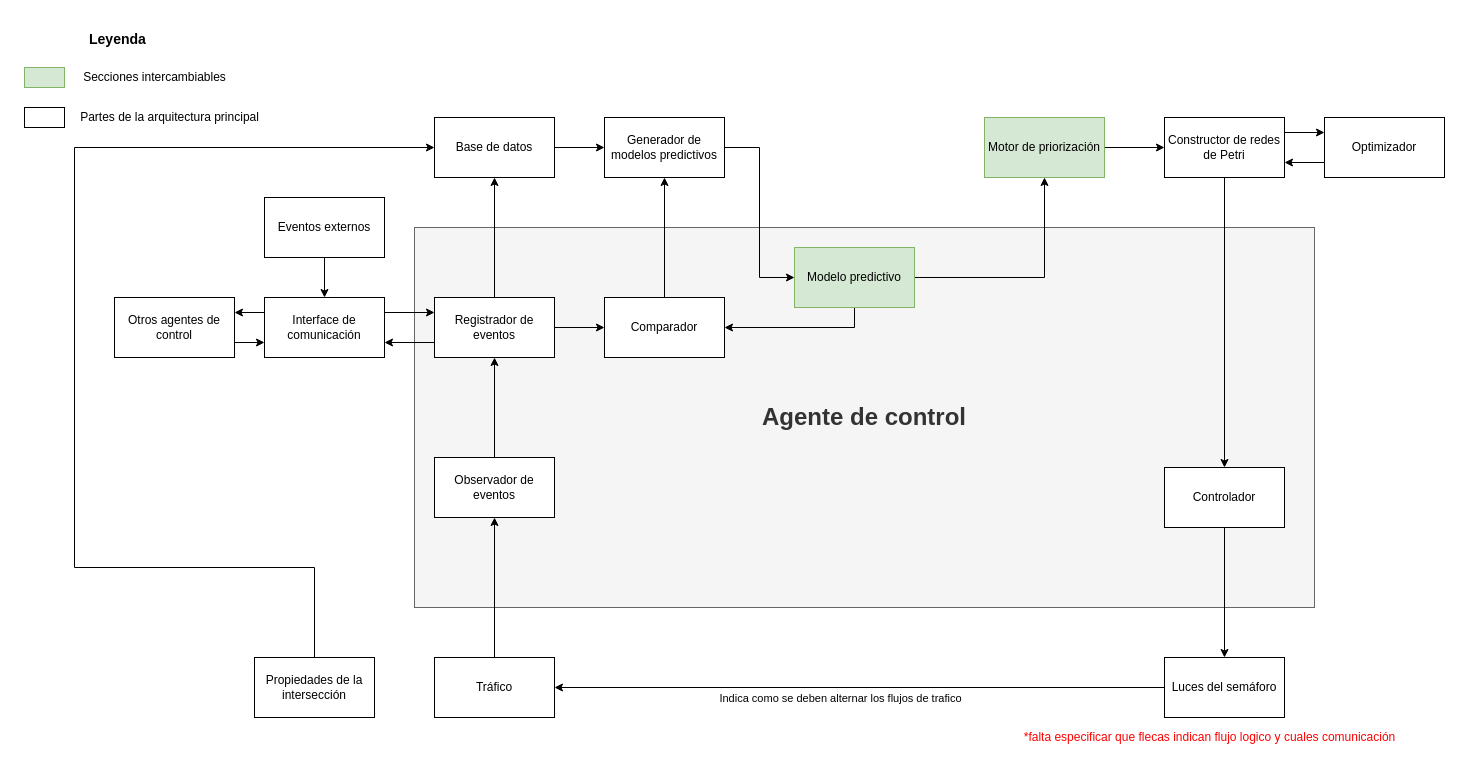
Above: Apuntes/arquitectura/Propuesta de arquitectura.drawio in gggiovanny/TesisSemaforosInteligentes (draw.io), before the change. Source tidied: cells renumbered, new cells numbered last; positions are measured from the earlier drawing's top-left corner, leaving out a move shared by most shapes. Both pictures are drawn from the tidied source at 100%, with x=0, y=0 at pixel (24, 27).
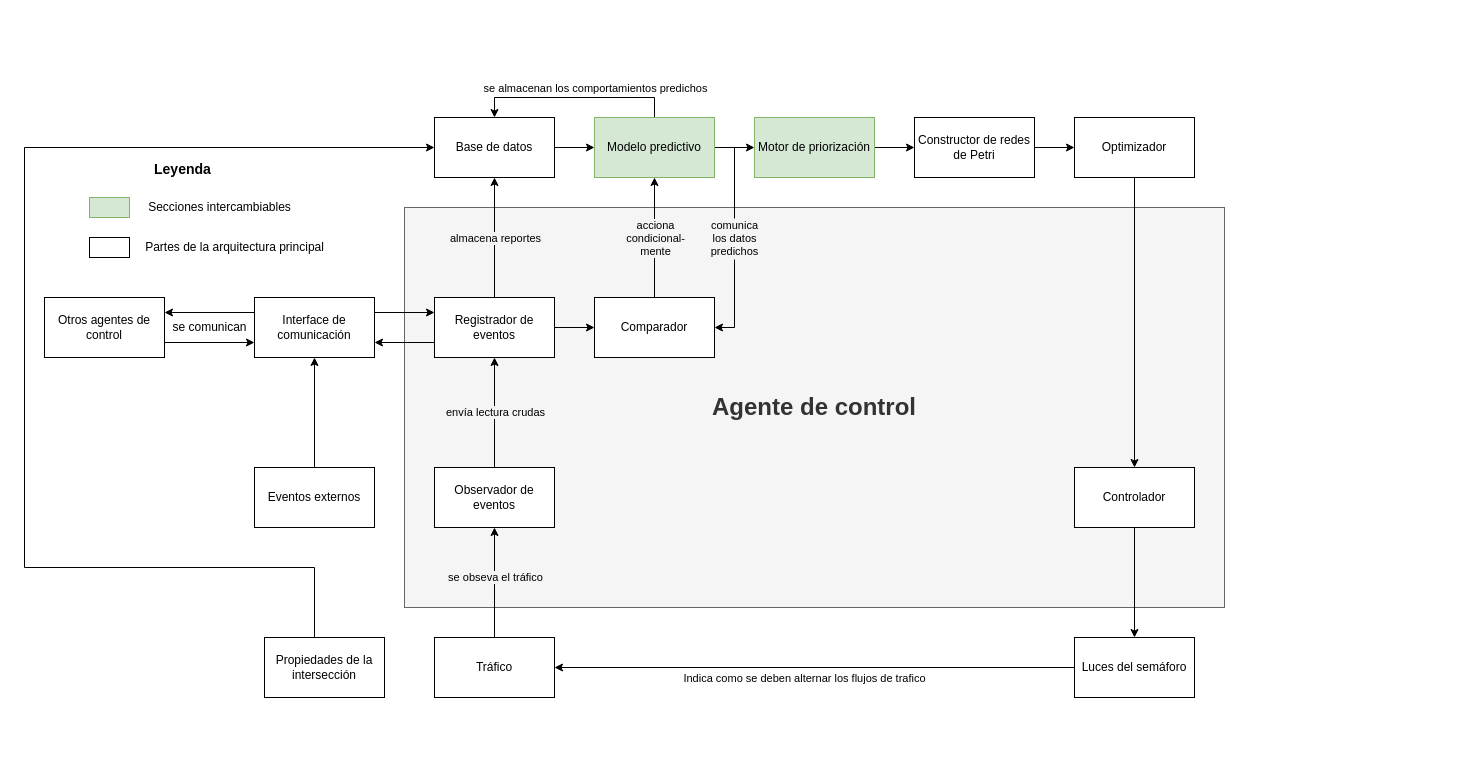
After the change.

Commit message (it also covers changes not shown here):
Terminada esta version de la propuesta de la arquitectura y continuada la documentación de su descripción.

The change refers to these unchanged cells:
```xml
<mxCell id="11" value="Registrador de eventos" style="whiteSpace=wrap;html=1;" parent="1" vertex="1">
  <mxGeometry x="410" y="270" width="120" height="60" as="geometry" />
</mxCell>
<mxCell id="36" style="edgeStyle=orthogonalEdgeStyle;rounded=0;jettySize=auto;html=1;exitX=0.5;exitY=0;exitDx=0;exitDy=0;entryX=0.5;entryY=1;entryDx=0;entryDy=0;" parent="1" edge="1" source="37" target="11">
  <mxGeometry relative="1" as="geometry" />
</mxCell>
<mxCell id="40" style="edgeStyle=orthogonalEdgeStyle;rounded=0;jettySize=auto;html=1;exitX=0.5;exitY=0;exitDx=0;exitDy=0;entryX=0.5;entryY=1;entryDx=0;entryDy=0;" parent="1" edge="1" source="41" target="45">
  <mxGeometry relative="1" as="geometry" />
</mxCell>
<mxCell id="43" value="Base de datos" style="whiteSpace=wrap;html=1;" parent="1" vertex="1">
  <mxGeometry x="410" y="90" width="120" height="60" as="geometry" />
</mxCell>
```

The edit, as a diff of the source:
```diff
@@
     <mxCell id="2" value="&lt;h1&gt;Agente de control&lt;/h1&gt;" style="whiteSpace=wrap;html=1;fillColor=#f5f5f5;strokeColor=#666666;fontColor=#333333;spacingBottom=0;" parent="1" vertex="1">
-      <mxGeometry x="390" y="200" width="900" height="380" as="geometry" />
+      <mxGeometry x="380" y="180" width="820" height="400" as="geometry" />
     </mxCell>
-    <mxCell id="3" style="edgeStyle=orthogonalEdgeStyle;rounded=0;jettySize=auto;html=1;exitX=0.5;exitY=0;exitDx=0;exitDy=0;entryX=0.5;entryY=1;entryDx=0;entryDy=0;" parent="1" edge="1" source="4" target="37">
+    <mxCell id="3" style="edgeStyle=orthogonalEdgeStyle;rounded=0;jettySize=auto;html=1;exitX=0.5;exitY=0;exitDx=0;exitDy=0;entryX=0.5;entryY=1;entryDx=0;entryDy=0;labelBackgroundColor=#F5F5F5;" parent="1" edge="1" source="4" target="37">
       <mxGeometry relative="1" as="geometry" />
     </mxCell>
+    <mxCell id="47" value="se obseva el tráfico" style="edgeLabel;html=1;align=center;verticalAlign=middle;labelBackgroundColor=#F5F5F5;" parent="3" vertex="1">
+      <mxGeometry x="0.24" y="-4" relative="1" as="geometry">
+        <mxPoint x="-4" y="7" as="offset" />
+      </mxGeometry>
+    </mxCell>
     <mxCell id="4" value="Tráfico" style="rounded=0;whiteSpace=wrap;html=1;" parent="1" vertex="1">
-      <mxGeometry x="410" y="630" width="120" height="60" as="geometry" />
+      <mxGeometry x="410" y="610" width="120" height="60" as="geometry" />
     </mxCell>
@@
     <mxCell id="7" value="Luces del semáforo" style="whiteSpace=wrap;html=1;" parent="1" vertex="1">
-      <mxGeometry x="1140" y="630" width="120" height="60" as="geometry" />
+      <mxGeometry x="1050" y="610" width="120" height="60" as="geometry" />
     </mxCell>
@@
-    <mxCell id="9" style="edgeStyle=orthogonalEdgeStyle;rounded=0;jettySize=auto;html=1;exitX=0.5;exitY=0;exitDx=0;exitDy=0;" parent="1" edge="1" source="11" target="43">
+    <mxCell id="9" style="edgeStyle=orthogonalEdgeStyle;rounded=0;jettySize=auto;html=1;exitX=0.5;exitY=0;exitDx=0;exitDy=0;labelBackgroundColor=#F5F5F5;" parent="1" edge="1" source="11" target="43">
       <mxGeometry relative="1" as="geometry" />
     </mxCell>
+    <mxCell id="48" value="almacena reportes" style="edgeLabel;html=1;align=center;verticalAlign=middle;labelBackgroundColor=#F5F5F5;" parent="9" vertex="1">
+      <mxGeometry x="-0.33" y="-1" relative="1" as="geometry">
+        <mxPoint x="-1" y="-20" as="offset" />
+      </mxGeometry>
+    </mxCell>
@@
     <mxCell id="14" value="Interface de comunicación" style="whiteSpace=wrap;html=1;" parent="1" vertex="1">
-      <mxGeometry x="240" y="270" width="120" height="60" as="geometry" />
+      <mxGeometry x="230" y="270" width="120" height="60" as="geometry" />
     </mxCell>
-    <mxCell id="15" style="edgeStyle=orthogonalEdgeStyle;rounded=0;jettySize=auto;html=1;" parent="1" edge="1" source="17" target="19">
-      <mxGeometry relative="1" as="geometry" />
-    </mxCell>
-    <mxCell id="16" style="edgeStyle=orthogonalEdgeStyle;rounded=0;jettySize=auto;html=1;exitX=0.5;exitY=1;exitDx=0;exitDy=0;entryX=1;entryY=0.5;entryDx=0;entryDy=0;" parent="1" edge="1" source="17" target="41">
-      <mxGeometry relative="1" as="geometry" />
-    </mxCell>
-    <mxCell id="17" value="Modelo predictivo" style="whiteSpace=wrap;html=1;fillColor=#d5e8d4;strokeColor=#82b366;" parent="1" vertex="1">
-      <mxGeometry x="770" y="220" width="120" height="60" as="geometry" />
-    </mxCell>
+    <mxCell id="49" style="edgeStyle=orthogonalEdgeStyle;rounded=0;jettySize=auto;html=1;exitX=0.5;exitY=0;exitDx=0;exitDy=0;entryX=0.5;entryY=0;entryDx=0;entryDy=0;" parent="1" edge="1" source="45" target="43">
+      <mxGeometry relative="1" as="geometry" />
+    </mxCell>
+    <mxCell id="50" value="se almacenan los comportamientos predichos" style="edgeLabel;html=1;align=center;verticalAlign=middle;" parent="49" vertex="1">
+      <mxGeometry x="0.26" y="2" relative="1" as="geometry">
+        <mxPoint x="46" y="-12" as="offset" />
+      </mxGeometry>
+    </mxCell>
@@
     <mxCell id="19" value="Motor de priorización" style="whiteSpace=wrap;html=1;fillColor=#d5e8d4;strokeColor=#82b366;" parent="1" vertex="1">
-      <mxGeometry x="960" y="90" width="120" height="60" as="geometry" />
+      <mxGeometry x="730" y="90" width="120" height="60" as="geometry" />
     </mxCell>
+    <mxCell id="21" style="edgeStyle=orthogonalEdgeStyle;rounded=0;jettySize=auto;html=1;exitX=0.5;exitY=1;exitDx=0;exitDy=0;entryX=0.5;entryY=0;entryDx=0;entryDy=0;" parent="1" edge="1" source="24" target="26">
+      <mxGeometry relative="1" as="geometry" />
+    </mxCell>
-    <mxCell id="20" style="edgeStyle=orthogonalEdgeStyle;rounded=0;jettySize=auto;html=1;exitX=1;exitY=0.25;exitDx=0;exitDy=0;entryX=0;entryY=0.25;entryDx=0;entryDy=0;" parent="1" edge="1" source="22" target="24">
+    <mxCell id="20" style="edgeStyle=orthogonalEdgeStyle;rounded=0;jettySize=auto;html=1;exitX=1;exitY=0.5;exitDx=0;exitDy=0;entryX=0;entryY=0.5;entryDx=0;entryDy=0;fontColor=#F5F5F5;" parent="1" edge="1" source="22" target="24">
       <mxGeometry relative="1" as="geometry" />
     </mxCell>
-    <mxCell id="21" style="edgeStyle=orthogonalEdgeStyle;rounded=0;jettySize=auto;html=1;exitX=0.5;exitY=1;exitDx=0;exitDy=0;entryX=0.5;entryY=0;entryDx=0;entryDy=0;" parent="1" edge="1" source="22" target="26">
-      <mxGeometry relative="1" as="geometry" />
-    </mxCell>
     <mxCell id="22" value="Constructor de redes de Petri" style="whiteSpace=wrap;html=1;" parent="1" vertex="1">
-      <mxGeometry x="1140" y="90" width="120" height="60" as="geometry" />
+      <mxGeometry x="890" y="90" width="120" height="60" as="geometry" />
     </mxCell>
-    <mxCell id="23" style="edgeStyle=orthogonalEdgeStyle;rounded=0;jettySize=auto;html=1;exitX=0;exitY=0.75;exitDx=0;exitDy=0;entryX=1;entryY=0.75;entryDx=0;entryDy=0;" parent="1" edge="1" source="24" target="22">
-      <mxGeometry relative="1" as="geometry" />
-    </mxCell>
     <mxCell id="24" value="Optimizador" style="whiteSpace=wrap;html=1;" parent="1" vertex="1">
-      <mxGeometry x="1300" y="90" width="120" height="60" as="geometry" />
+      <mxGeometry x="1050" y="90" width="120" height="60" as="geometry" />
     </mxCell>
@@
     <mxCell id="26" value="Controlador&lt;br&gt;" style="whiteSpace=wrap;html=1;" parent="1" vertex="1">
-      <mxGeometry x="1140" y="440" width="120" height="60" as="geometry" />
+      <mxGeometry x="1050" y="440" width="120" height="60" as="geometry" />
     </mxCell>
@@
     <mxCell id="28" value="Otros agentes de control" style="whiteSpace=wrap;html=1;" parent="1" vertex="1">
-      <mxGeometry x="90" y="270" width="120" height="60" as="geometry" />
+      <mxGeometry x="20" y="270" width="120" height="60" as="geometry" />
     </mxCell>
@@
     <mxCell id="30" value="Eventos externos" style="whiteSpace=wrap;html=1;" parent="1" vertex="1">
-      <mxGeometry x="240" y="170" width="120" height="60" as="geometry" />
+      <mxGeometry x="230" y="440" width="120" height="60" as="geometry" />
     </mxCell>
     <mxCell id="31" style="whiteSpace=wrap;html=1;fillColor=#d5e8d4;strokeColor=#82b366;" parent="1" vertex="1">
-      <mxGeometry y="40" width="40" height="20" as="geometry" />
+      <mxGeometry x="65" y="170" width="40" height="20" as="geometry" />
     </mxCell>
     <mxCell id="32" value="&lt;span&gt;Secciones intercambiables&lt;/span&gt;" style="text;html=1;align=center;verticalAlign=middle;" parent="1" vertex="1">
-      <mxGeometry x="50" y="40" width="160" height="20" as="geometry" />
+      <mxGeometry x="115" y="170" width="160" height="20" as="geometry" />
     </mxCell>
     <mxCell id="33" value="&lt;h3&gt;Leyenda&lt;/h3&gt;" style="text;html=1;strokeColor=none;fillColor=none;spacing=5;spacingTop=-20;whiteSpace=wrap;overflow=hidden;rounded=0;" parent="1" vertex="1">
-      <mxGeometry x="60" width="70" height="30" as="geometry" />
+      <mxGeometry x="125" y="130" width="70" height="30" as="geometry" />
     </mxCell>
     <mxCell id="34" style="whiteSpace=wrap;html=1;" parent="1" vertex="1">
-      <mxGeometry y="80" width="40" height="20" as="geometry" />
+      <mxGeometry x="65" y="210" width="40" height="20" as="geometry" />
     </mxCell>
     <mxCell id="35" value="&lt;span&gt;Partes de la arquitectura principal&lt;/span&gt;" style="text;html=1;align=center;verticalAlign=middle;" parent="1" vertex="1">
-      <mxGeometry x="50" y="80" width="190" height="20" as="geometry" />
+      <mxGeometry x="115" y="210" width="190" height="20" as="geometry" />
     </mxCell>
@@
+    <mxCell id="51" value="envía lectura crudas" style="edgeLabel;html=1;align=center;verticalAlign=middle;labelBackgroundColor=#F5F5F5;" parent="36" vertex="1">
+      <mxGeometry x="0.24" y="4" relative="1" as="geometry">
+        <mxPoint x="4" y="12" as="offset" />
+      </mxGeometry>
+    </mxCell>
     <mxCell id="37" value="Observador de eventos" style="whiteSpace=wrap;html=1;" parent="1" vertex="1">
-      <mxGeometry x="410" y="430" width="120" height="60" as="geometry" />
+      <mxGeometry x="410" y="440" width="120" height="60" as="geometry" />
     </mxCell>
     <mxCell id="38" style="edgeStyle=orthogonalEdgeStyle;rounded=0;jettySize=auto;html=1;exitX=0.5;exitY=0;exitDx=0;exitDy=0;entryX=0;entryY=0.5;entryDx=0;entryDy=0;" parent="1" edge="1" source="39" target="43">
       <mxGeometry relative="1" as="geometry">
         <Array as="points">
+          <mxPoint x="290" y="630" />
           <mxPoint x="290" y="540" />
-          <mxPoint x="50" y="540" />
-          <mxPoint x="50" y="120" />
+          <mxPoint y="540" />
+          <mxPoint y="120" />
         </Array>
       </mxGeometry>
     </mxCell>
     <mxCell id="39" value="Propiedades de la intersección" style="whiteSpace=wrap;html=1;" parent="1" vertex="1">
-      <mxGeometry x="230" y="630" width="120" height="60" as="geometry" />
+      <mxGeometry x="240" y="610" width="120" height="60" as="geometry" />
     </mxCell>
@@
+    <mxCell id="52" value="acciona&lt;br&gt;condicional-&lt;br&gt;mente" style="edgeLabel;html=1;align=center;verticalAlign=middle;labelBackgroundColor=#F5F5F5;" parent="40" vertex="1">
+      <mxGeometry x="-0.17" y="-5" relative="1" as="geometry">
+        <mxPoint x="-5" y="-10" as="offset" />
+      </mxGeometry>
+    </mxCell>
     <mxCell id="41" value="Comparador" style="whiteSpace=wrap;html=1;" parent="1" vertex="1">
-      <mxGeometry x="580" y="270" width="120" height="60" as="geometry" />
+      <mxGeometry x="570" y="270" width="120" height="60" as="geometry" />
     </mxCell>
@@
-    <mxCell id="44" style="edgeStyle=orthogonalEdgeStyle;rounded=0;jettySize=auto;html=1;exitX=1;exitY=0.5;exitDx=0;exitDy=0;entryX=0;entryY=0.5;entryDx=0;entryDy=0;" parent="1" edge="1" source="45" target="17">
-      <mxGeometry relative="1" as="geometry" />
-    </mxCell>
+    <mxCell id="53" style="edgeStyle=orthogonalEdgeStyle;rounded=0;jettySize=auto;html=1;exitX=1;exitY=0.5;exitDx=0;exitDy=0;entryX=1;entryY=0.5;entryDx=0;entryDy=0;" parent="1" edge="1" source="45" target="41">
+      <mxGeometry relative="1" as="geometry" />
+    </mxCell>
+    <mxCell id="54" value="comunica&#10;los datos &#10;predichos" style="edgeLabel;align=center;verticalAlign=middle;labelBackgroundColor=#F5F5F5;" parent="53" vertex="1">
+      <mxGeometry x="0.12" y="1" relative="1" as="geometry">
+        <mxPoint x="-1" y="-13" as="offset" />
+      </mxGeometry>
+    </mxCell>
+    <mxCell id="55" style="edgeStyle=orthogonalEdgeStyle;rounded=0;jettySize=auto;html=1;exitX=1;exitY=0.5;exitDx=0;exitDy=0;fontColor=#F5F5F5;entryX=0;entryY=0.5;entryDx=0;entryDy=0;" parent="1" edge="1" source="45" target="19">
+      <mxGeometry relative="1" as="geometry" />
+    </mxCell>
-    <mxCell id="45" value="Generador de modelos predictivos" style="whiteSpace=wrap;html=1;" parent="1" vertex="1">
-      <mxGeometry x="580" y="90" width="120" height="60" as="geometry" />
+    <mxCell id="45" value="Modelo predictivo" style="whiteSpace=wrap;html=1;fillColor=#d5e8d4;strokeColor=#82b366;" parent="1" vertex="1">
+      <mxGeometry x="570" y="90" width="120" height="60" as="geometry" />
     </mxCell>
-    <mxCell id="46" value="*falta especificar que flecas indican flujo logico y cuales comunicación" style="text;html=1;align=center;verticalAlign=middle;fontColor=#FF0000;" parent="1" vertex="1">
-      <mxGeometry x="990" y="700" width="390" height="20" as="geometry" />
-    </mxCell>
+    <mxCell id="56" value="se comunican" style="text;html=1;align=center;verticalAlign=middle;" parent="1" vertex="1">
+      <mxGeometry x="140" y="290" width="90" height="20" as="geometry" />
+    </mxCell>
```
